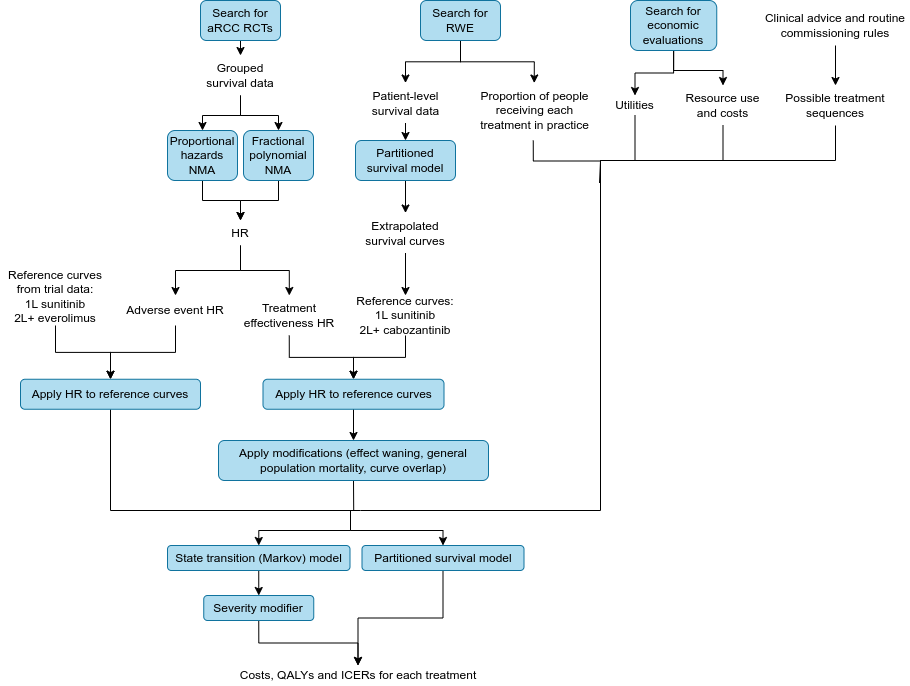
nice-digital/NICE-model-repo keeps this draw.io diagram as docs/images/detailed_overview_vertical.drawio.png. Above is the earlier version. Source tidied: cells renumbered, new cells last; positions are measured from the earlier drawing's top-left corner, leaving out a move shared by most shapes.
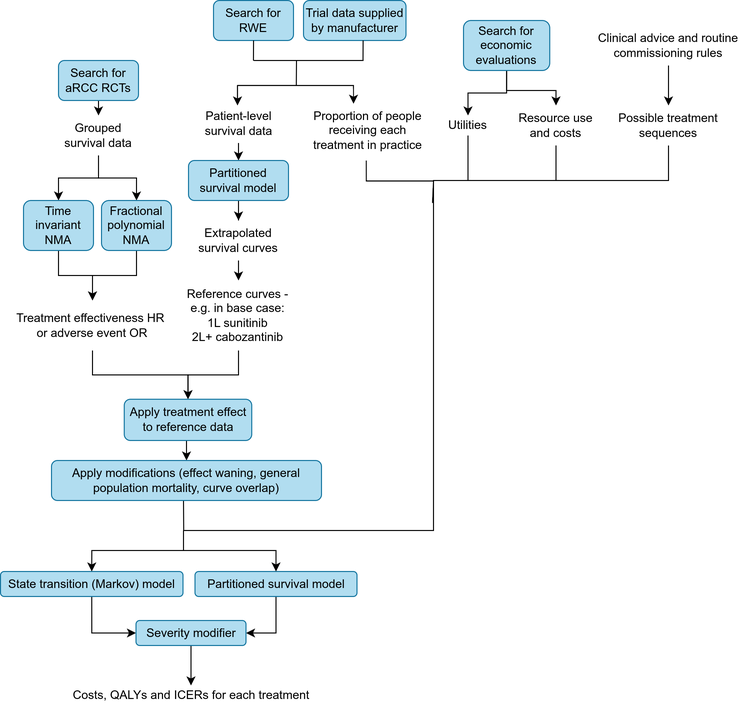
The same file after the commit.

The edit, as a diff of the source:
```diff
@@ -6,7 +6,7 @@
       <mxGeometry relative="1" as="geometry" />
     </mxCell>
     <mxCell id="3" value="Search for aRCC RCTs" style="rounded=1;whiteSpace=wrap;html=1;fillColor=#b1ddf0;strokeColor=#10739e;" parent="1" vertex="1">
-      <mxGeometry x="200" width="80" height="40" as="geometry" />
+      <mxGeometry x="225" y="40" width="80" height="40" as="geometry" />
     </mxCell>
     <mxCell id="4" style="edgeStyle=orthogonalEdgeStyle;rounded=0;jettySize=auto;html=1;exitX=0.5;exitY=1;exitDx=0;exitDy=0;" parent="1" edge="1" source="6" target="8">
       <mxGeometry relative="1" as="geometry" />
@@ -15,37 +15,28 @@
       <mxGeometry relative="1" as="geometry" />
     </mxCell>
     <mxCell id="6" value="Grouped survival data" style="rounded=1;whiteSpace=wrap;html=1;fillColor=none;strokeColor=none;" parent="1" vertex="1">
-      <mxGeometry x="195" y="55" width="90" height="40" as="geometry" />
+      <mxGeometry x="220" y="95" width="90" height="40" as="geometry" />
     </mxCell>
     <mxCell id="7" style="edgeStyle=orthogonalEdgeStyle;rounded=0;jettySize=auto;html=1;exitX=0.5;exitY=1;exitDx=0;exitDy=0;" parent="1" edge="1" source="8" target="13">
       <mxGeometry relative="1" as="geometry" />
     </mxCell>
-    <mxCell id="8" value="Proportional hazards NMA" style="rounded=1;whiteSpace=wrap;html=1;fillColor=#b1ddf0;strokeColor=#10739e;" parent="1" vertex="1">
-      <mxGeometry x="167" y="130" width="70" height="50" as="geometry" />
+    <mxCell id="8" value="Time invariant NMA" style="rounded=1;whiteSpace=wrap;html=1;fillColor=#b1ddf0;strokeColor=#10739e;" parent="1" vertex="1">
+      <mxGeometry x="190" y="180" width="70" height="50" as="geometry" />
     </mxCell>
     <mxCell id="9" style="edgeStyle=orthogonalEdgeStyle;rounded=0;jettySize=auto;html=1;exitX=0.5;exitY=1;exitDx=0;exitDy=0;entryX=0.5;entryY=0;entryDx=0;entryDy=0;" parent="1" edge="1" source="10" target="13">
       <mxGeometry relative="1" as="geometry" />
     </mxCell>
     <mxCell id="10" value="Fractional polynomial NMA" style="rounded=1;whiteSpace=wrap;html=1;fillColor=#b1ddf0;strokeColor=#10739e;" parent="1" vertex="1">
-      <mxGeometry x="243" y="130" width="70" height="50" as="geometry" />
+      <mxGeometry x="268" y="180" width="70" height="50" as="geometry" />
     </mxCell>
-    <mxCell id="11" style="edgeStyle=orthogonalEdgeStyle;rounded=0;jettySize=auto;html=1;exitX=0.5;exitY=1;exitDx=0;exitDy=0;" parent="1" edge="1" source="13" target="32">
-      <mxGeometry relative="1" as="geometry" />
-    </mxCell>
-    <mxCell id="12" style="edgeStyle=orthogonalEdgeStyle;rounded=0;jettySize=auto;html=1;exitX=0.5;exitY=1;exitDx=0;exitDy=0;" parent="1" edge="1" source="13" target="26">
-      <mxGeometry relative="1" as="geometry" />
-    </mxCell>
+    <mxCell id="60" style="edgeStyle=orthogonalEdgeStyle;rounded=0;jettySize=auto;html=1;exitX=0.5;exitY=1;exitDx=0;exitDy=0;entryX=0.5;entryY=0;entryDx=0;entryDy=0;" parent="1" edge="1" source="13" target="28">
+      <mxGeometry relative="1" as="geometry" />
+    </mxCell>
-    <mxCell id="13" value="HR" style="rounded=1;whiteSpace=wrap;html=1;fillColor=none;strokeColor=none;" parent="1" vertex="1">
-      <mxGeometry x="220" y="220" width="40" height="25" as="geometry" />
+    <mxCell id="13" value="Treatment effectiveness HR&amp;nbsp;&lt;div&gt;or adverse event OR&lt;/div&gt;" style="rounded=1;whiteSpace=wrap;html=1;fillColor=none;strokeColor=none;" parent="1" vertex="1">
+      <mxGeometry x="180" y="280" width="158" height="50" as="geometry" />
     </mxCell>
-    <mxCell id="14" style="edgeStyle=orthogonalEdgeStyle;rounded=0;jettySize=auto;html=1;exitX=0.5;exitY=1;exitDx=0;exitDy=0;entryX=0.5;entryY=0;entryDx=0;entryDy=0;" parent="1" edge="1" source="16" target="18">
-      <mxGeometry relative="1" as="geometry" />
-    </mxCell>
-    <mxCell id="15" style="edgeStyle=orthogonalEdgeStyle;rounded=0;jettySize=auto;html=1;exitX=0.5;exitY=1;exitDx=0;exitDy=0;entryX=0.5;entryY=0;entryDx=0;entryDy=0;" parent="1" edge="1" source="16" target="55">
-      <mxGeometry relative="1" as="geometry" />
-    </mxCell>
     <mxCell id="16" value="Search for RWE" style="rounded=1;whiteSpace=wrap;html=1;fillColor=#b1ddf0;strokeColor=#10739e;" parent="1" vertex="1">
-      <mxGeometry x="420" width="80" height="40" as="geometry" />
+      <mxGeometry x="380" y="-20" width="80" height="40" as="geometry" />
     </mxCell>
     <mxCell id="17" style="edgeStyle=orthogonalEdgeStyle;rounded=0;jettySize=auto;html=1;exitX=0.5;exitY=1;exitDx=0;exitDy=0;entryX=0.5;entryY=0;entryDx=0;entryDy=0;" parent="1" edge="1" source="18" target="20">
       <mxGeometry relative="1" as="geometry" />
@@ -63,51 +54,29 @@
       <mxGeometry relative="1" as="geometry" />
     </mxCell>
     <mxCell id="22" value="Extrapolated survival curves" style="rounded=1;whiteSpace=wrap;html=1;fillColor=none;strokeColor=none;" parent="1" vertex="1">
-      <mxGeometry x="355" y="212.5" width="100" height="40" as="geometry" />
+      <mxGeometry x="355" y="200" width="100" height="40" as="geometry" />
     </mxCell>
     <mxCell id="23" style="edgeStyle=orthogonalEdgeStyle;rounded=0;jettySize=auto;html=1;exitX=0.5;exitY=1;exitDx=0;exitDy=0;entryX=0.5;entryY=0;entryDx=0;entryDy=0;" parent="1" edge="1" source="24" target="28">
       <mxGeometry relative="1" as="geometry" />
     </mxCell>
-    <mxCell id="24" value="Reference curves:&lt;div&gt;1L sunitinib&lt;/div&gt;&lt;div&gt;2L+ cabozantinib&lt;/div&gt;" style="rounded=1;whiteSpace=wrap;html=1;fillColor=none;strokeColor=none;" parent="1" vertex="1">
-      <mxGeometry x="340" y="295" width="130" height="40" as="geometry" />
+    <mxCell id="24" value="Reference curves -&lt;div&gt;e.g. in base case:&lt;div&gt;1L sunitinib&lt;/div&gt;&lt;div&gt;2L+ cabozantinib&lt;/div&gt;&lt;/div&gt;" style="rounded=1;whiteSpace=wrap;html=1;fillColor=none;strokeColor=none;" parent="1" vertex="1">
+      <mxGeometry x="345.4" y="260" width="119.2" height="70" as="geometry" />
     </mxCell>
-    <mxCell id="25" style="edgeStyle=orthogonalEdgeStyle;rounded=0;jettySize=auto;html=1;exitX=0.5;exitY=1;exitDx=0;exitDy=0;" parent="1" edge="1" source="26" target="28">
-      <mxGeometry relative="1" as="geometry" />
-    </mxCell>
-    <mxCell id="26" value="Treatment effectiveness HR" style="rounded=1;whiteSpace=wrap;html=1;fillColor=none;strokeColor=none;" parent="1" vertex="1">
-      <mxGeometry x="233.8" y="295" width="110" height="40" as="geometry" />
-    </mxCell>
     <mxCell id="27" style="edgeStyle=orthogonalEdgeStyle;rounded=0;jettySize=auto;html=1;exitX=0.5;exitY=1;exitDx=0;exitDy=0;entryX=0.5;entryY=0;entryDx=0;entryDy=0;" parent="1" edge="1" source="28" target="30">
       <mxGeometry relative="1" as="geometry" />
     </mxCell>
-    <mxCell id="28" value="Apply HR to reference curves" style="rounded=1;whiteSpace=wrap;html=1;fillColor=#b1ddf0;strokeColor=#10739e;" parent="1" vertex="1">
-      <mxGeometry x="262.5" y="378.8" width="181" height="30" as="geometry" />
+    <mxCell id="28" value="Apply treatment effect to reference data" style="rounded=1;whiteSpace=wrap;html=1;fillColor=#b1ddf0;strokeColor=#10739e;" parent="1" vertex="1">
+      <mxGeometry x="290.8" y="378.8" width="127.5" height="41.2" as="geometry" />
     </mxCell>
-    <mxCell id="29" style="edgeStyle=orthogonalEdgeStyle;rounded=0;jettySize=auto;html=1;exitX=0.5;exitY=1;exitDx=0;exitDy=0;endArrow=none;endFill=0;" parent="1" edge="1" source="30">
+    <mxCell id="29" style="edgeStyle=orthogonalEdgeStyle;rounded=0;orthogonalLoop=1;jettySize=auto;html=1;exitX=0.5;exitY=1;exitDx=0;exitDy=0;endArrow=none;endFill=0;" parent="1" edge="1">
       <mxGeometry relative="1" as="geometry">
-        <mxPoint x="353.2" y="510" as="targetPoint" />
+        <mxPoint x="350" y="480" as="sourcePoint" />
+        <mxPoint x="350.2" y="510" as="targetPoint" />
       </mxGeometry>
     </mxCell>
     <mxCell id="30" value="Apply modifications (effect waning, general population mortality, curve overlap)" style="rounded=1;whiteSpace=wrap;html=1;fillColor=#b1ddf0;strokeColor=#10739e;" parent="1" vertex="1">
       <mxGeometry x="218" y="440" width="270" height="40" as="geometry" />
     </mxCell>
-    <mxCell id="31" style="edgeStyle=orthogonalEdgeStyle;rounded=0;jettySize=auto;html=1;exitX=0.5;exitY=1;exitDx=0;exitDy=0;entryX=0.5;entryY=0;entryDx=0;entryDy=0;" parent="1" edge="1" source="32" target="34">
-      <mxGeometry relative="1" as="geometry" />
-    </mxCell>
-    <mxCell id="32" value="Adverse event HR" style="rounded=1;whiteSpace=wrap;html=1;fillColor=none;strokeColor=none;" parent="1" vertex="1">
-      <mxGeometry x="120" y="295" width="110" height="30" as="geometry" />
-    </mxCell>
-    <mxCell id="33" style="edgeStyle=orthogonalEdgeStyle;rounded=0;jettySize=auto;html=1;exitX=0.5;exitY=1;exitDx=0;exitDy=0;endArrow=none;endFill=0;" parent="1" edge="1" source="34">
-      <mxGeometry relative="1" as="geometry">
-        <mxPoint x="360" y="510" as="targetPoint" />
-        <Array as="points">
-          <mxPoint x="110" y="510" />
-        </Array>
-      </mxGeometry>
-    </mxCell>
-    <mxCell id="34" value="Apply HR to reference curves" style="rounded=1;whiteSpace=wrap;html=1;fillColor=#b1ddf0;strokeColor=#10739e;" parent="1" vertex="1">
-      <mxGeometry x="20" y="378.8" width="180" height="30" as="geometry" />
-    </mxCell>
     <mxCell id="35" style="edgeStyle=orthogonalEdgeStyle;rounded=0;jettySize=auto;html=1;exitX=0.5;exitY=1;exitDx=0;exitDy=0;endArrow=none;endFill=0;" parent="1" edge="1" source="36">
       <mxGeometry relative="1" as="geometry">
         <mxPoint x="600" y="160" as="targetPoint" />
@@ -139,37 +108,31 @@
     <mxCell id="41" value="Utilities" style="rounded=1;whiteSpace=wrap;html=1;fillColor=none;strokeColor=none;" parent="1" vertex="1">
       <mxGeometry x="610" y="95" width="49" height="20" as="geometry" />
     </mxCell>
-    <mxCell id="42" style="edgeStyle=orthogonalEdgeStyle;rounded=0;jettySize=auto;html=1;exitX=0.5;exitY=1;exitDx=0;exitDy=0;entryX=0.5;entryY=0;entryDx=0;entryDy=0;" parent="1" edge="1" source="43" target="50">
+    <mxCell id="42" style="edgeStyle=orthogonalEdgeStyle;rounded=0;jettySize=auto;html=1;exitX=0.5;exitY=1;exitDx=0;exitDy=0;entryX=0;entryY=0.5;entryDx=0;entryDy=0;" parent="1" edge="1" source="43" target="50">
       <mxGeometry relative="1" as="geometry" />
     </mxCell>
     <mxCell id="43" value="State transition (Markov) model" style="rounded=1;whiteSpace=wrap;html=1;fillColor=#b1ddf0;strokeColor=#10739e;" parent="1" vertex="1">
-      <mxGeometry x="167" y="545" width="182.5" height="25" as="geometry" />
+      <mxGeometry x="167" y="551" width="182.5" height="25" as="geometry" />
     </mxCell>
-    <mxCell id="44" style="edgeStyle=orthogonalEdgeStyle;rounded=0;jettySize=auto;html=1;exitX=0.5;exitY=1;exitDx=0;exitDy=0;entryX=0.5;entryY=0;entryDx=0;entryDy=0;" parent="1" edge="1" source="45" target="46">
-      <mxGeometry relative="1" as="geometry" />
-    </mxCell>
+    <mxCell id="61" style="edgeStyle=orthogonalEdgeStyle;rounded=0;jettySize=auto;html=1;exitX=0.5;exitY=1;exitDx=0;exitDy=0;entryX=1;entryY=0.5;entryDx=0;entryDy=0;" parent="1" edge="1" source="45" target="50">
+      <mxGeometry relative="1" as="geometry" />
+    </mxCell>
     <mxCell id="45" value="Partitioned survival model" style="rounded=1;whiteSpace=wrap;html=1;fillColor=#b1ddf0;strokeColor=#10739e;" parent="1" vertex="1">
-      <mxGeometry x="361.5" y="545" width="162" height="25" as="geometry" />
+      <mxGeometry x="361.5" y="551" width="162" height="25" as="geometry" />
     </mxCell>
     <mxCell id="46" value="Costs, QALYs and ICERs for each treatment" style="rounded=0;whiteSpace=wrap;html=1;fillColor=none;strokeColor=none;" parent="1" vertex="1">
       <mxGeometry x="237.5" y="665" width="240" height="20" as="geometry" />
     </mxCell>
-    <mxCell id="47" style="edgeStyle=orthogonalEdgeStyle;rounded=0;jettySize=auto;html=1;exitX=0.5;exitY=1;exitDx=0;exitDy=0;entryX=0.5;entryY=0;entryDx=0;entryDy=0;" parent="1" edge="1" source="48" target="34">
-      <mxGeometry relative="1" as="geometry" />
-    </mxCell>
-    <mxCell id="48" value="Reference curves from trial data:&lt;div&gt;1L sunitinib&lt;/div&gt;&lt;div&gt;2L+ everolimus&lt;/div&gt;" style="rounded=1;whiteSpace=wrap;html=1;fillColor=none;strokeColor=none;" parent="1" vertex="1">
-      <mxGeometry y="266.2" width="110" height="58.8" as="geometry" />
-    </mxCell>
-    <mxCell id="49" style="edgeStyle=orthogonalEdgeStyle;rounded=0;jettySize=auto;html=1;exitX=0.5;exitY=1;exitDx=0;exitDy=0;" parent="1" edge="1" source="50" target="46">
+    <mxCell id="49" style="edgeStyle=orthogonalEdgeStyle;rounded=0;jettySize=auto;html=1;exitX=0.5;exitY=1;exitDx=0;exitDy=0;entryX=0.5;entryY=0;entryDx=0;entryDy=0;" parent="1" edge="1" source="50" target="46">
       <mxGeometry relative="1" as="geometry" />
     </mxCell>
     <mxCell id="50" value="Severity modifier" style="rounded=1;whiteSpace=wrap;html=1;fillColor=#b1ddf0;strokeColor=#10739e;" parent="1" vertex="1">
-      <mxGeometry x="203.2" y="595" width="110" height="25" as="geometry" />
+      <mxGeometry x="302.5" y="600" width="110" height="25" as="geometry" />
     </mxCell>
     <mxCell id="51" style="endArrow=none;html=1;rounded=0;edgeStyle=orthogonalEdgeStyle;endFill=0;" parent="1" edge="1">
       <mxGeometry relative="1" as="geometry">
         <mxPoint x="610" y="160" as="sourcePoint" />
-        <mxPoint x="360" y="510" as="targetPoint" />
+        <mxPoint x="350" y="510" as="targetPoint" />
         <Array as="points">
           <mxPoint x="600" y="510" />
         </Array>
@@ -189,7 +152,7 @@
         <mxPoint x="350" y="510" as="sourcePoint" />
         <Array as="points">
           <mxPoint x="350" y="530" />
-          <mxPoint x="443" y="530" />
+          <mxPoint x="442" y="530" />
         </Array>
       </mxGeometry>
     </mxCell>
@@ -223,5 +186,49 @@
     <mxCell id="59" value="Clinical advice and routine commissioning rules" style="rounded=1;whiteSpace=wrap;html=1;fillColor=none;strokeColor=none;" parent="1" vertex="1">
       <mxGeometry x="760" y="5" width="150" height="40" as="geometry" />
     </mxCell>
+    <mxCell id="62" value="Trial data supplied by manufacturer" style="rounded=1;whiteSpace=wrap;html=1;fillColor=#b1ddf0;strokeColor=#10739e;" parent="1" vertex="1">
+      <mxGeometry x="470" y="-20" width="102.5" height="40" as="geometry" />
+    </mxCell>
+    <mxCell id="63" style="endArrow=classic;html=1;rounded=0;" parent="1" edge="1">
+      <mxGeometry relative="1" as="geometry">
+        <mxPoint x="464" y="65" as="sourcePoint" />
+        <mxPoint x="404" y="85" as="targetPoint" />
+        <Array as="points">
+          <mxPoint x="404" y="65" />
+        </Array>
+      </mxGeometry>
+    </mxCell>
+    <mxCell id="64" style="endArrow=classic;html=1;rounded=0;entryX=0.378;entryY=0.013;entryDx=0;entryDy=0;entryPerimeter=0;" parent="1" edge="1" target="55">
+      <mxGeometry relative="1" as="geometry">
+        <mxPoint x="463.5" y="65" as="sourcePoint" />
+        <Array as="points">
+          <mxPoint x="520" y="65" />
+        </Array>
+      </mxGeometry>
+    </mxCell>
+    <mxCell id="65" style="endArrow=none;html=1;rounded=0;" parent="1" edge="1">
+      <mxGeometry relative="1" as="geometry">
+        <mxPoint x="462.8" y="65" as="sourcePoint" />
+        <mxPoint x="463" y="40" as="targetPoint" />
+      </mxGeometry>
+    </mxCell>
+    <mxCell id="66" style="endArrow=none;html=1;rounded=0;" parent="1" edge="1">
+      <mxGeometry relative="1" as="geometry">
+        <mxPoint x="530" y="40" as="sourcePoint" />
+        <mxPoint x="420" y="40" as="targetPoint" />
+      </mxGeometry>
+    </mxCell>
+    <mxCell id="67" style="endArrow=none;html=1;rounded=0;" parent="1" edge="1">
+      <mxGeometry relative="1" as="geometry">
+        <mxPoint x="419.9" y="40" as="sourcePoint" />
+        <mxPoint x="420.1" y="20" as="targetPoint" />
+      </mxGeometry>
+    </mxCell>
+    <mxCell id="68" style="endArrow=none;html=1;rounded=0;" parent="1" edge="1">
+      <mxGeometry relative="1" as="geometry">
+        <mxPoint x="529.5" y="40" as="sourcePoint" />
+        <mxPoint x="529.6" y="20" as="targetPoint" />
+      </mxGeometry>
+    </mxCell>
   </root>
 </mxGraphModel>
```
